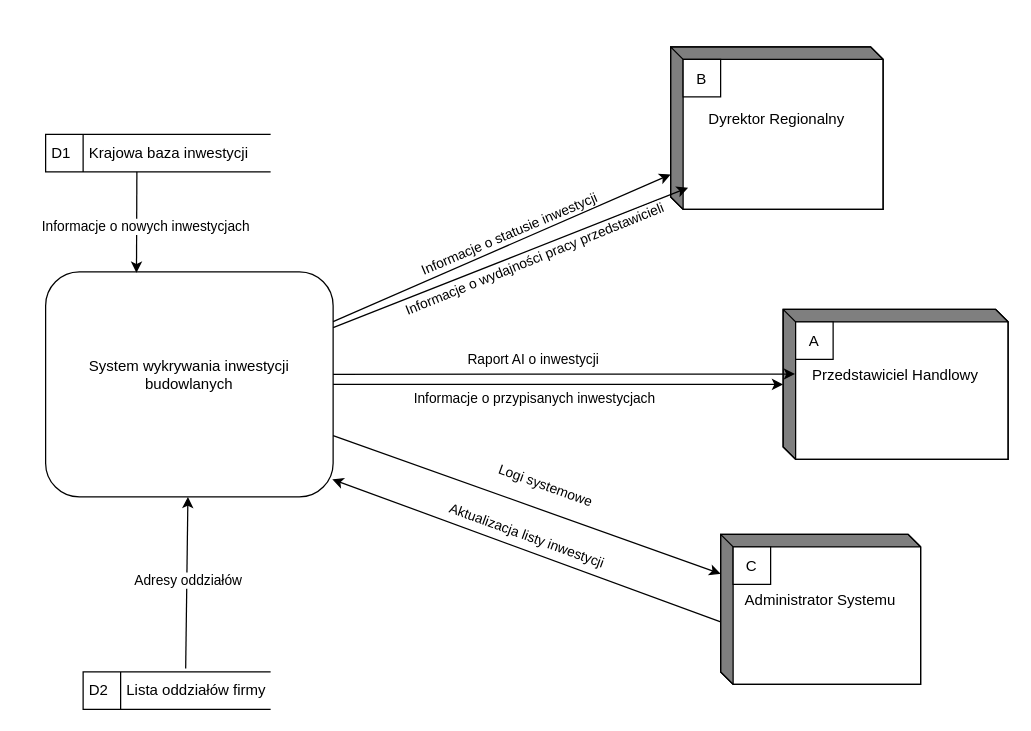
This is page "Diagram kontekstowy" (1 of 7) of DPD/Diagram DPD.drawio from Mackin1232/modelowanie-systemow, a draw.io file, before an edit. Source tidied: cells renumbered, new cells numbered last; positions are measured from the earlier drawing's top-left corner, leaving out a move shared by most shapes. Both pictures are drawn from the tidied source at 125%, with x=0, y=0 at pixel (45, 46).
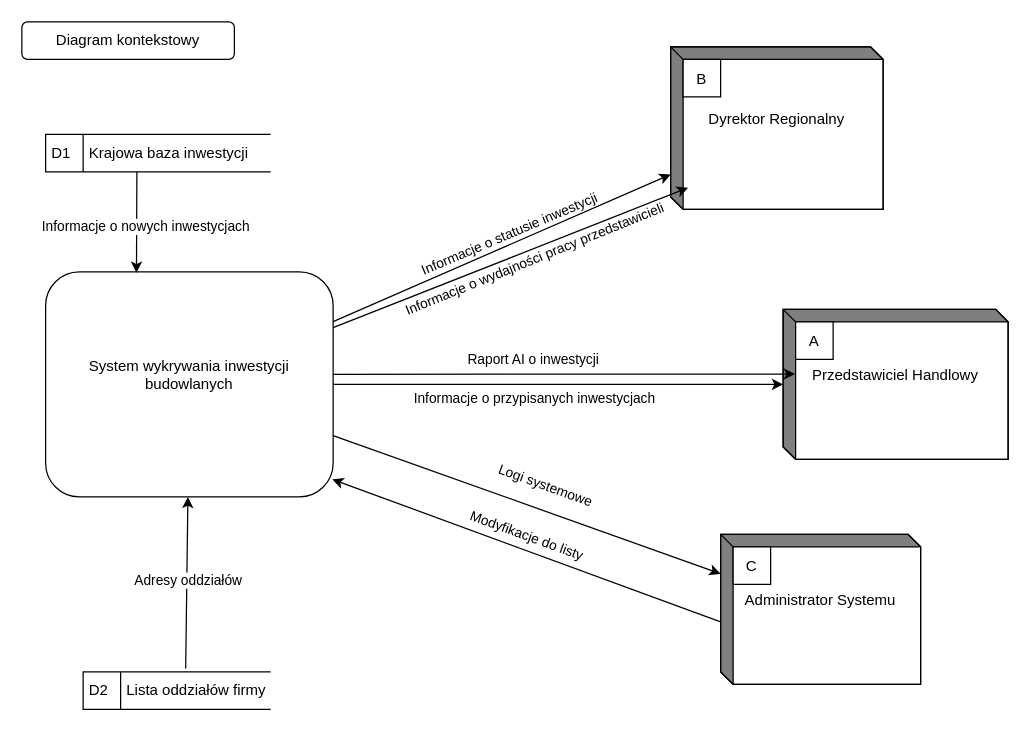
After the change.

Unchanged cells that the change refers to:
```xml
<mxCell id="19" style="endArrow=classic;html=1;rounded=0;entryX=0.997;entryY=0.922;entryDx=0;entryDy=0;entryPerimeter=0;" parent="1" edge="1" target="2">
  <mxGeometry relative="1" as="geometry">
    <mxPoint x="540" y="460" as="sourcePoint" />
  </mxGeometry>
</mxCell>
```

The edit, as a diff of the source:
```diff
@@
-    <mxCell id="20" value="Aktualizacja listy inwestycji" style="edgeLabel;html=1;align=center;verticalAlign=middle;rotation=20;" parent="19" vertex="1">
+    <mxCell id="20" value="Modyfikacje do listy" style="edgeLabel;html=1;align=center;verticalAlign=middle;rotation=20;" parent="19" vertex="1">
       <mxGeometry y="1" relative="1" as="geometry">
         <mxPoint y="-14" as="offset" />
       </mxGeometry>
     </mxCell>
@@
+    <mxCell id="27" value="Diagram kontekstowy" style="rounded=1;whiteSpace=wrap;html=1;" parent="1" vertex="1">
+      <mxGeometry x="-19" y="-20" width="170" height="30" as="geometry" />
+    </mxCell>
```
